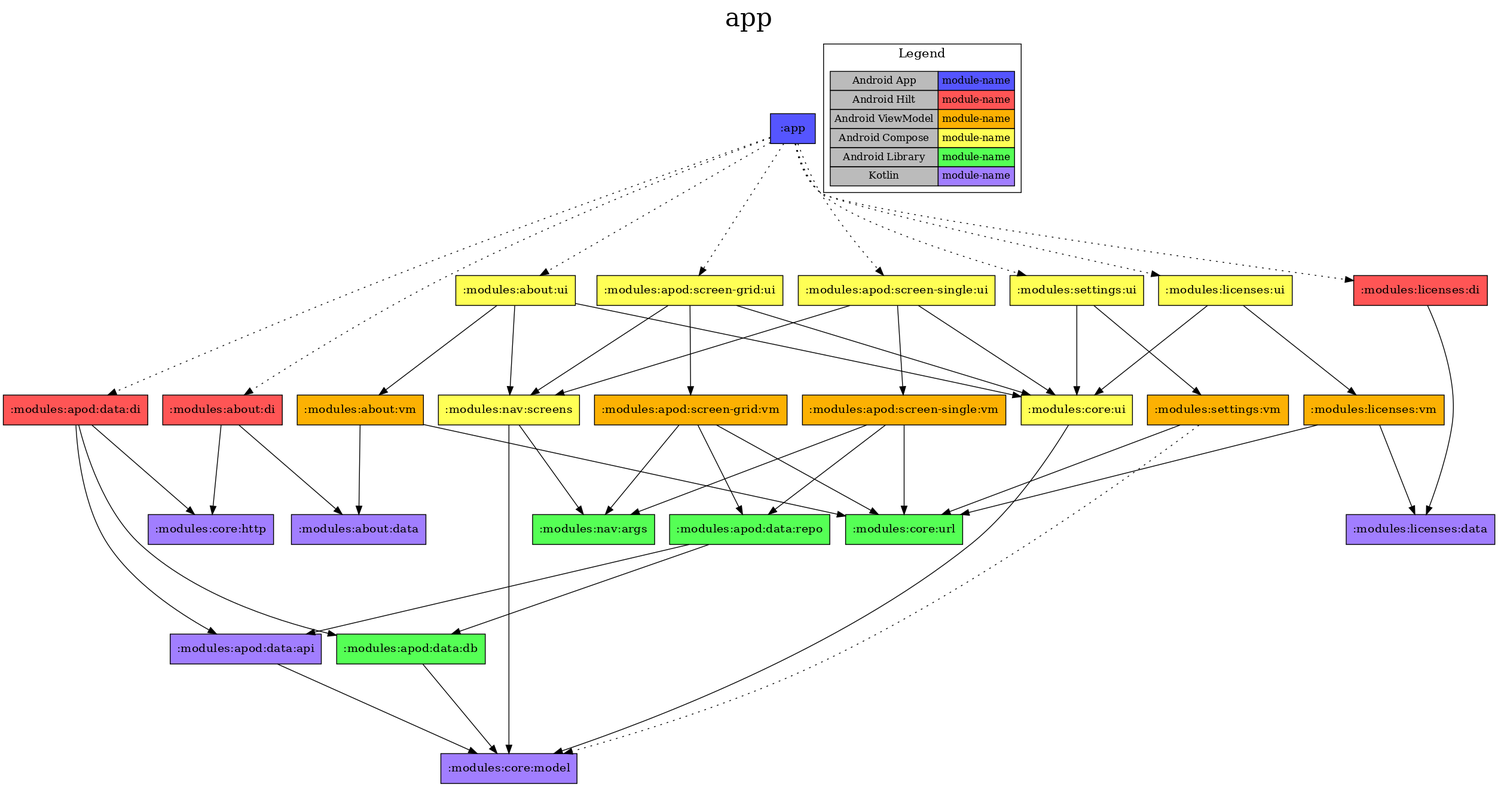
The Graphviz diagram app/project-dependency-graph.png in jonapoul/nasa-android, before a commit. Its source is kept beside it as app/project-dependency-graph.dot.
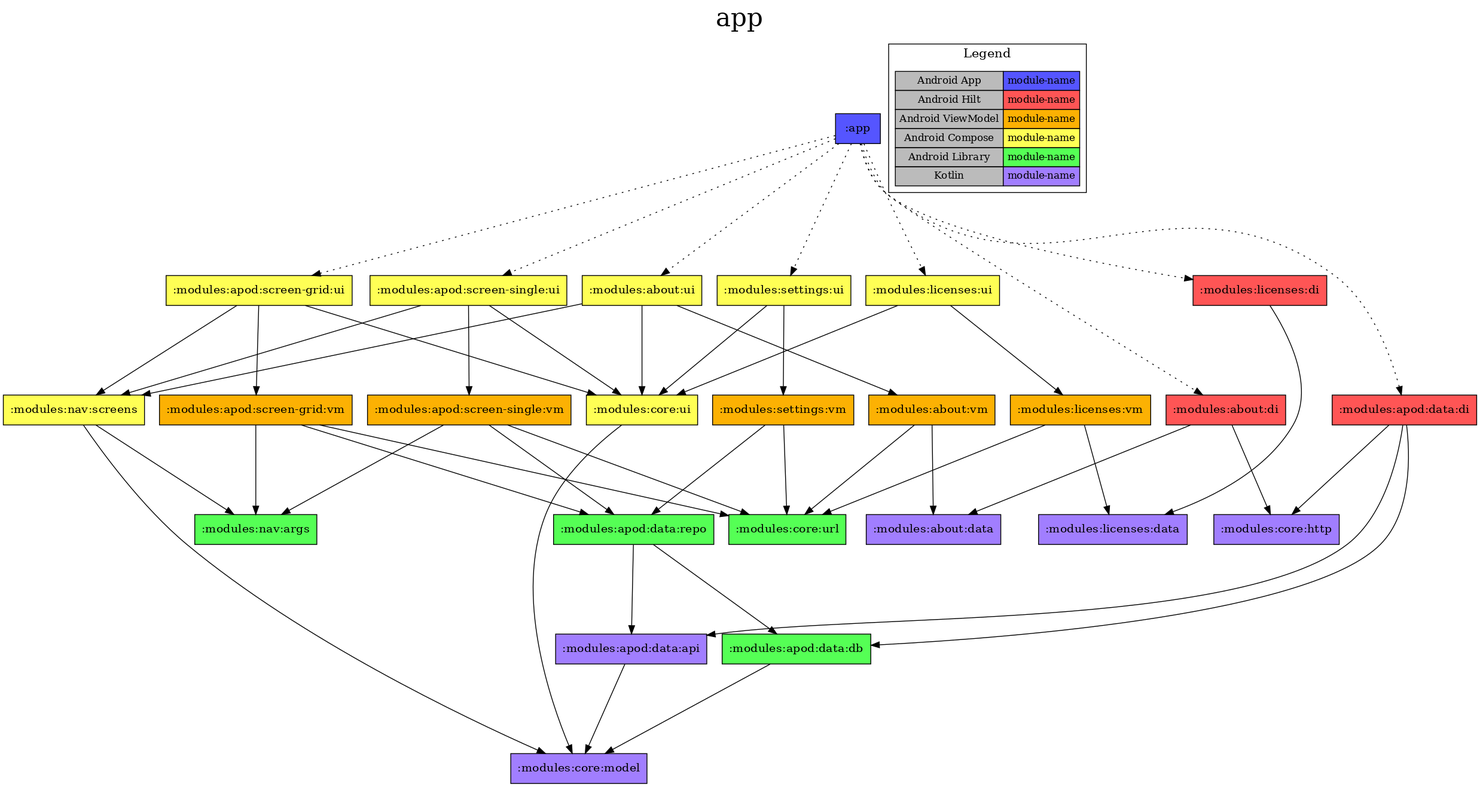
The same diagram one commit later.

Change to the diagram source:
```diff
@@ -91,5 +91,5 @@
 ":modules:settings:ui" -> ":modules:core:ui"
 ":modules:settings:ui" -> ":modules:settings:vm"
 ":modules:settings:vm" -> ":modules:core:url"
-":modules:settings:vm" -> ":modules:core:model" ["style"="dotted"]
+":modules:settings:vm" -> ":modules:apod:data:repo"
 }
```
